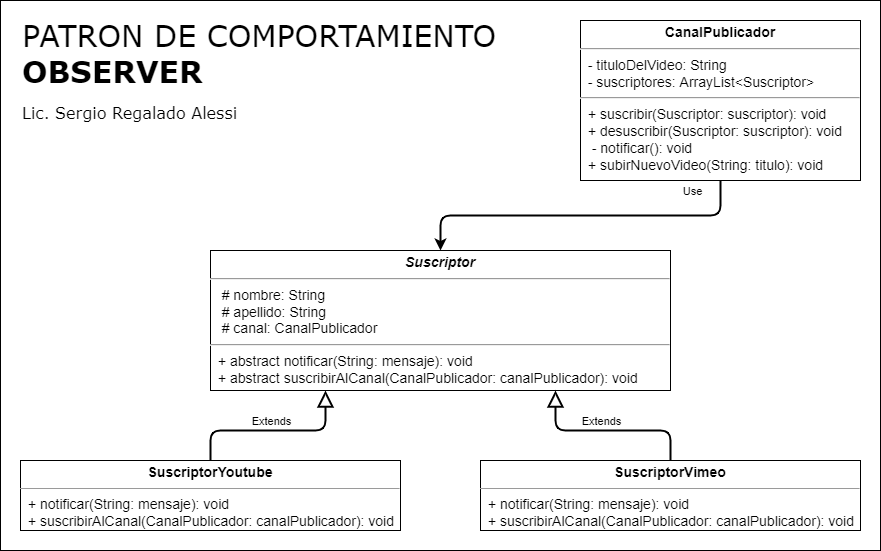
Earlier version of the draw.io export src/clase_25/extra/observer/Diagrama - Observer.png (serinformatico/POO-10-2022). Source tidied: cells renumbered, new cells last; positions are measured from the earlier drawing's top-left corner, leaving out a move shared by most shapes. Its diagram source:
```xml
<mxGraphModel>
  <root>
    <mxCell id="0" />
    <mxCell id="1" parent="0" />
    <mxCell id="2" value="&lt;span style=&quot;font-weight: normal;&quot;&gt;PATRON DE COMPORTAMIENTO&lt;/span&gt;&lt;br&gt;OBSERVER&lt;font style=&quot;font-size: 16px;&quot;&gt;&lt;br&gt;&lt;font style=&quot;font-size: 16px; font-weight: normal;&quot;&gt;Lic. Sergio Regalado Alessi&lt;/font&gt;&lt;/font&gt;" style="rounded=0;whiteSpace=wrap;html=1;align=left;verticalAlign=top;fontSize=30;fontStyle=1;spacingTop=10;spacing=2;spacingLeft=20;fontFamily=Verdana;" parent="1" vertex="1">
      <mxGeometry width="880" height="550" as="geometry" />
    </mxCell>
    <mxCell id="3" value="&lt;p style=&quot;margin: 4px 0px 0px; text-align: center;&quot;&gt;&lt;font style=&quot;&quot;&gt;&lt;span style=&quot;font-size: 14px;&quot;&gt;&lt;b&gt;SuscriptorYoutube&lt;/b&gt;&lt;/span&gt;&lt;br&gt;&lt;/font&gt;&lt;/p&gt;&lt;hr style=&quot;font-size: 14px;&quot; size=&quot;1&quot;&gt;&lt;p style=&quot;margin: 0px 0px 0px 4px; font-size: 14px;&quot;&gt;&lt;/p&gt;&lt;p style=&quot;font-size: 14px; margin: 0px 0px 0px 4px;&quot;&gt;&amp;nbsp;+&amp;nbsp;notificar(String: mensaje): void&lt;br&gt;&lt;/p&gt;&lt;p style=&quot;font-size: 14px; margin: 0px 0px 0px 4px;&quot;&gt;&lt;span style=&quot;background-color: initial;&quot;&gt;&amp;nbsp;+ suscribirAlCanal(CanalPublicador: canalPublicador): void&lt;/span&gt;&lt;/p&gt;&lt;p style=&quot;margin:0px;margin-left:4px;&quot;&gt;&lt;/p&gt;" style="verticalAlign=top;align=left;overflow=fill;fontSize=12;fontFamily=Helvetica;html=1;" parent="1" vertex="1">
      <mxGeometry x="20" y="460" width="380" height="70" as="geometry" />
    </mxCell>
    <mxCell id="4" style="edgeStyle=orthogonalEdgeStyle;rounded=1;jettySize=auto;html=1;fontSize=11;endArrow=block;endFill=0;startSize=6;endSize=12;strokeWidth=2;exitX=0.5;exitY=0;exitDx=0;exitDy=0;entryX=0.25;entryY=1;entryDx=0;entryDy=0;" parent="1" edge="1" source="3" target="6">
      <mxGeometry relative="1" as="geometry" />
    </mxCell>
    <mxCell id="5" value="Extends" style="edgeLabel;html=1;align=center;verticalAlign=middle;fontSize=11;" parent="4" vertex="1">
      <mxGeometry x="-0.6" y="-3" relative="1" as="geometry">
        <mxPoint x="53" y="-13" as="offset" />
      </mxGeometry>
    </mxCell>
    <mxCell id="6" value="&lt;p style=&quot;margin: 4px 0px 0px; text-align: center;&quot;&gt;&lt;b&gt;&lt;i&gt;Suscriptor&lt;/i&gt;&lt;/b&gt;&lt;br&gt;&lt;/p&gt;&lt;hr style=&quot;font-size: 14px;&quot;&gt;&lt;p style=&quot;margin: 0px 0px 0px 4px; font-size: 14px;&quot;&gt;&lt;/p&gt;&amp;nbsp; &amp;nbsp;#&lt;span style=&quot;background-color: initial;&quot;&gt;&amp;nbsp;nombre: String&lt;/span&gt;&lt;br&gt;&amp;nbsp; &amp;nbsp;#&lt;span style=&quot;background-color: initial;&quot;&gt;&amp;nbsp;apellido: String&lt;/span&gt;&lt;br&gt;&amp;nbsp; &amp;nbsp;#&lt;span style=&quot;background-color: initial;&quot;&gt;&amp;nbsp;canal: C&lt;/span&gt;analPublicador&lt;br&gt;&lt;hr style=&quot;font-size: 14px;&quot;&gt;&lt;p style=&quot;margin: 0px 0px 0px 4px; font-size: 14px;&quot;&gt;&amp;nbsp;+ abstract notificar(String: mensaje): void&lt;br&gt;&lt;/p&gt;&lt;p style=&quot;margin: 0px 0px 0px 4px; font-size: 14px;&quot;&gt;&amp;nbsp;+ abstract suscribirAlCanal(CanalPublicador: canalPublicador): void&lt;/p&gt;" style="verticalAlign=top;align=left;overflow=fill;fontSize=14;fontFamily=Helvetica;html=1;" parent="1" vertex="1">
      <mxGeometry x="210" y="250" width="460" height="140" as="geometry" />
    </mxCell>
    <mxCell id="7" style="edgeStyle=orthogonalEdgeStyle;rounded=1;jettySize=auto;html=1;endArrow=classic;endFill=1;startSize=6;endSize=6;strokeWidth=2;exitX=0.5;exitY=1;exitDx=0;exitDy=0;entryX=0.5;entryY=0;entryDx=0;entryDy=0;" parent="1" edge="1" source="9" target="6">
      <mxGeometry relative="1" as="geometry" />
    </mxCell>
    <mxCell id="8" value="Use" style="edgeLabel;html=1;align=center;verticalAlign=middle;" parent="7" vertex="1">
      <mxGeometry x="-0.38" y="-3" relative="1" as="geometry">
        <mxPoint x="44" y="-22" as="offset" />
      </mxGeometry>
    </mxCell>
    <mxCell id="9" value="&lt;p style=&quot;margin: 4px 0px 0px; text-align: center;&quot;&gt;&lt;b&gt;CanalPublicador&lt;/b&gt;&lt;br&gt;&lt;/p&gt;&lt;hr style=&quot;font-size: 14px;&quot;&gt;&lt;p style=&quot;margin: 0px 0px 0px 4px; font-size: 14px;&quot;&gt;&lt;/p&gt;&lt;span style=&quot;background-color: initial;&quot;&gt;&amp;nbsp; - tituloDelVideo:&amp;nbsp;&lt;/span&gt;String&lt;br&gt;&lt;span style=&quot;background-color: initial;&quot;&gt;&amp;nbsp; - suscriptores:&amp;nbsp;&lt;/span&gt;ArrayList&amp;lt;Suscriptor&amp;gt;&lt;br&gt;&lt;hr style=&quot;font-size: 14px;&quot;&gt;&lt;p style=&quot;margin: 0px 0px 0px 4px;&quot;&gt;&amp;nbsp;+ suscribir(Suscriptor: suscriptor): void&lt;br&gt;&lt;/p&gt;&lt;p style=&quot;margin: 0px 0px 0px 4px;&quot;&gt;&amp;nbsp;+ desuscribir(Suscriptor: suscriptor): void&lt;br&gt;&lt;/p&gt;&lt;p style=&quot;margin: 0px 0px 0px 4px;&quot;&gt;&amp;nbsp; - notificar(): void&lt;br&gt;&lt;/p&gt;&lt;p style=&quot;margin: 0px 0px 0px 4px;&quot;&gt;&lt;span style=&quot;background-color: initial;&quot;&gt;&amp;nbsp;+ subirNuevoVideo(String: titulo): void&lt;/span&gt;&lt;/p&gt;&lt;div&gt;&lt;br&gt;&lt;/div&gt;" style="verticalAlign=top;align=left;overflow=fill;fontSize=14;fontFamily=Helvetica;html=1;" parent="1" vertex="1">
      <mxGeometry x="580" y="20" width="280" height="160" as="geometry" />
    </mxCell>
    <mxCell id="10" style="edgeStyle=orthogonalEdgeStyle;rounded=1;jettySize=auto;html=1;entryX=0.75;entryY=1;entryDx=0;entryDy=0;endArrow=block;endFill=0;startSize=6;endSize=12;strokeWidth=2;exitX=0.5;exitY=0;exitDx=0;exitDy=0;" parent="1" edge="1" source="12" target="6">
      <mxGeometry relative="1" as="geometry" />
    </mxCell>
    <mxCell id="11" value="Extends" style="edgeLabel;html=1;align=center;verticalAlign=middle;" parent="10" vertex="1">
      <mxGeometry x="0.42" y="-3" relative="1" as="geometry">
        <mxPoint x="32" y="-7" as="offset" />
      </mxGeometry>
    </mxCell>
    <mxCell id="12" value="&lt;p style=&quot;margin: 4px 0px 0px; text-align: center;&quot;&gt;&lt;font style=&quot;&quot;&gt;&lt;span style=&quot;font-size: 14px;&quot;&gt;&lt;b&gt;SuscriptorVimeo&lt;/b&gt;&lt;/span&gt;&lt;br&gt;&lt;/font&gt;&lt;/p&gt;&lt;hr style=&quot;font-size: 14px;&quot; size=&quot;1&quot;&gt;&lt;p style=&quot;margin: 0px 0px 0px 4px; font-size: 14px;&quot;&gt;&lt;/p&gt;&lt;p style=&quot;font-size: 14px; margin: 0px 0px 0px 4px;&quot;&gt;&amp;nbsp;+ notificar(String: mensaje): void&lt;br&gt;&lt;/p&gt;&lt;p style=&quot;font-size: 14px; margin: 0px 0px 0px 4px;&quot;&gt;&lt;span style=&quot;background-color: initial;&quot;&gt;&amp;nbsp;+ suscribirAlCanal(CanalPublicador: canalPublicador): void&lt;/span&gt;&lt;/p&gt;&lt;p style=&quot;margin:0px;margin-left:4px;&quot;&gt;&lt;/p&gt;" style="verticalAlign=top;align=left;overflow=fill;fontSize=12;fontFamily=Helvetica;html=1;" parent="1" vertex="1">
      <mxGeometry x="480" y="460" width="380" height="70" as="geometry" />
    </mxCell>
  </root>
</mxGraphModel>
```
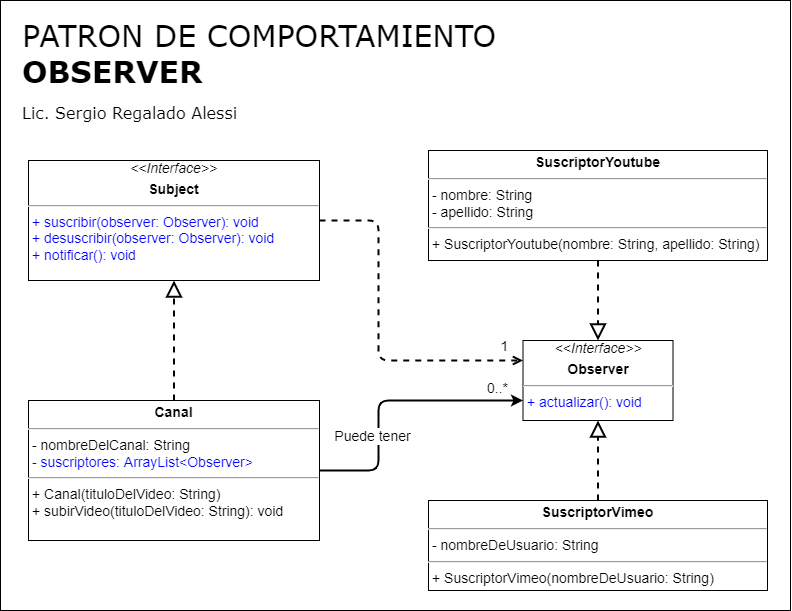
After the change.

Diff of the diagram source:
```diff
@@ -3,43 +3,62 @@
     <mxCell id="0" />
     <mxCell id="1" parent="0" />
     <mxCell id="2" value="&lt;span style=&quot;font-weight: normal;&quot;&gt;PATRON DE COMPORTAMIENTO&lt;/span&gt;&lt;br&gt;OBSERVER&lt;font style=&quot;font-size: 16px;&quot;&gt;&lt;br&gt;&lt;font style=&quot;font-size: 16px; font-weight: normal;&quot;&gt;Lic. Sergio Regalado Alessi&lt;/font&gt;&lt;/font&gt;" style="rounded=0;whiteSpace=wrap;html=1;align=left;verticalAlign=top;fontSize=30;fontStyle=1;spacingTop=10;spacing=2;spacingLeft=20;fontFamily=Verdana;" parent="1" vertex="1">
-      <mxGeometry width="880" height="550" as="geometry" />
+      <mxGeometry width="790" height="610" as="geometry" />
     </mxCell>
-    <mxCell id="3" value="&lt;p style=&quot;margin: 4px 0px 0px; text-align: center;&quot;&gt;&lt;font style=&quot;&quot;&gt;&lt;span style=&quot;font-size: 14px;&quot;&gt;&lt;b&gt;SuscriptorYoutube&lt;/b&gt;&lt;/span&gt;&lt;br&gt;&lt;/font&gt;&lt;/p&gt;&lt;hr style=&quot;font-size: 14px;&quot; size=&quot;1&quot;&gt;&lt;p style=&quot;margin: 0px 0px 0px 4px; font-size: 14px;&quot;&gt;&lt;/p&gt;&lt;p style=&quot;font-size: 14px; margin: 0px 0px 0px 4px;&quot;&gt;&amp;nbsp;+&amp;nbsp;notificar(String: mensaje): void&lt;br&gt;&lt;/p&gt;&lt;p style=&quot;font-size: 14px; margin: 0px 0px 0px 4px;&quot;&gt;&lt;span style=&quot;background-color: initial;&quot;&gt;&amp;nbsp;+ suscribirAlCanal(CanalPublicador: canalPublicador): void&lt;/span&gt;&lt;/p&gt;&lt;p style=&quot;margin:0px;margin-left:4px;&quot;&gt;&lt;/p&gt;" style="verticalAlign=top;align=left;overflow=fill;fontSize=12;fontFamily=Helvetica;html=1;" parent="1" vertex="1">
-      <mxGeometry x="20" y="460" width="380" height="70" as="geometry" />
-    </mxCell>
-    <mxCell id="4" style="edgeStyle=orthogonalEdgeStyle;rounded=1;jettySize=auto;html=1;fontSize=11;endArrow=block;endFill=0;startSize=6;endSize=12;strokeWidth=2;exitX=0.5;exitY=0;exitDx=0;exitDy=0;entryX=0.25;entryY=1;entryDx=0;entryDy=0;" parent="1" edge="1" source="3" target="6">
-      <mxGeometry relative="1" as="geometry" />
-    </mxCell>
-    <mxCell id="5" value="Extends" style="edgeLabel;html=1;align=center;verticalAlign=middle;fontSize=11;" parent="4" vertex="1">
-      <mxGeometry x="-0.6" y="-3" relative="1" as="geometry">
-        <mxPoint x="53" y="-13" as="offset" />
-      </mxGeometry>
-    </mxCell>
-    <mxCell id="6" value="&lt;p style=&quot;margin: 4px 0px 0px; text-align: center;&quot;&gt;&lt;b&gt;&lt;i&gt;Suscriptor&lt;/i&gt;&lt;/b&gt;&lt;br&gt;&lt;/p&gt;&lt;hr style=&quot;font-size: 14px;&quot;&gt;&lt;p style=&quot;margin: 0px 0px 0px 4px; font-size: 14px;&quot;&gt;&lt;/p&gt;&amp;nbsp; &amp;nbsp;#&lt;span style=&quot;background-color: initial;&quot;&gt;&amp;nbsp;nombre: String&lt;/span&gt;&lt;br&gt;&amp;nbsp; &amp;nbsp;#&lt;span style=&quot;background-color: initial;&quot;&gt;&amp;nbsp;apellido: String&lt;/span&gt;&lt;br&gt;&amp;nbsp; &amp;nbsp;#&lt;span style=&quot;background-color: initial;&quot;&gt;&amp;nbsp;canal: C&lt;/span&gt;analPublicador&lt;br&gt;&lt;hr style=&quot;font-size: 14px;&quot;&gt;&lt;p style=&quot;margin: 0px 0px 0px 4px; font-size: 14px;&quot;&gt;&amp;nbsp;+ abstract notificar(String: mensaje): void&lt;br&gt;&lt;/p&gt;&lt;p style=&quot;margin: 0px 0px 0px 4px; font-size: 14px;&quot;&gt;&amp;nbsp;+ abstract suscribirAlCanal(CanalPublicador: canalPublicador): void&lt;/p&gt;" style="verticalAlign=top;align=left;overflow=fill;fontSize=14;fontFamily=Helvetica;html=1;" parent="1" vertex="1">
-      <mxGeometry x="210" y="250" width="460" height="140" as="geometry" />
-    </mxCell>
-    <mxCell id="7" style="edgeStyle=orthogonalEdgeStyle;rounded=1;jettySize=auto;html=1;endArrow=classic;endFill=1;startSize=6;endSize=6;strokeWidth=2;exitX=0.5;exitY=1;exitDx=0;exitDy=0;entryX=0.5;entryY=0;entryDx=0;entryDy=0;" parent="1" edge="1" source="9" target="6">
-      <mxGeometry relative="1" as="geometry" />
-    </mxCell>
-    <mxCell id="8" value="Use" style="edgeLabel;html=1;align=center;verticalAlign=middle;" parent="7" vertex="1">
-      <mxGeometry x="-0.38" y="-3" relative="1" as="geometry">
-        <mxPoint x="44" y="-22" as="offset" />
-      </mxGeometry>
-    </mxCell>
-    <mxCell id="9" value="&lt;p style=&quot;margin: 4px 0px 0px; text-align: center;&quot;&gt;&lt;b&gt;CanalPublicador&lt;/b&gt;&lt;br&gt;&lt;/p&gt;&lt;hr style=&quot;font-size: 14px;&quot;&gt;&lt;p style=&quot;margin: 0px 0px 0px 4px; font-size: 14px;&quot;&gt;&lt;/p&gt;&lt;span style=&quot;background-color: initial;&quot;&gt;&amp;nbsp; - tituloDelVideo:&amp;nbsp;&lt;/span&gt;String&lt;br&gt;&lt;span style=&quot;background-color: initial;&quot;&gt;&amp;nbsp; - suscriptores:&amp;nbsp;&lt;/span&gt;ArrayList&amp;lt;Suscriptor&amp;gt;&lt;br&gt;&lt;hr style=&quot;font-size: 14px;&quot;&gt;&lt;p style=&quot;margin: 0px 0px 0px 4px;&quot;&gt;&amp;nbsp;+ suscribir(Suscriptor: suscriptor): void&lt;br&gt;&lt;/p&gt;&lt;p style=&quot;margin: 0px 0px 0px 4px;&quot;&gt;&amp;nbsp;+ desuscribir(Suscriptor: suscriptor): void&lt;br&gt;&lt;/p&gt;&lt;p style=&quot;margin: 0px 0px 0px 4px;&quot;&gt;&amp;nbsp; - notificar(): void&lt;br&gt;&lt;/p&gt;&lt;p style=&quot;margin: 0px 0px 0px 4px;&quot;&gt;&lt;span style=&quot;background-color: initial;&quot;&gt;&amp;nbsp;+ subirNuevoVideo(String: titulo): void&lt;/span&gt;&lt;/p&gt;&lt;div&gt;&lt;br&gt;&lt;/div&gt;" style="verticalAlign=top;align=left;overflow=fill;fontSize=14;fontFamily=Helvetica;html=1;" parent="1" vertex="1">
-      <mxGeometry x="580" y="20" width="280" height="160" as="geometry" />
-    </mxCell>
-    <mxCell id="10" style="edgeStyle=orthogonalEdgeStyle;rounded=1;jettySize=auto;html=1;entryX=0.75;entryY=1;entryDx=0;entryDy=0;endArrow=block;endFill=0;startSize=6;endSize=12;strokeWidth=2;exitX=0.5;exitY=0;exitDx=0;exitDy=0;" parent="1" edge="1" source="12" target="6">
-      <mxGeometry relative="1" as="geometry" />
-    </mxCell>
-    <mxCell id="11" value="Extends" style="edgeLabel;html=1;align=center;verticalAlign=middle;" parent="10" vertex="1">
-      <mxGeometry x="0.42" y="-3" relative="1" as="geometry">
-        <mxPoint x="32" y="-7" as="offset" />
-      </mxGeometry>
-    </mxCell>
-    <mxCell id="12" value="&lt;p style=&quot;margin: 4px 0px 0px; text-align: center;&quot;&gt;&lt;font style=&quot;&quot;&gt;&lt;span style=&quot;font-size: 14px;&quot;&gt;&lt;b&gt;SuscriptorVimeo&lt;/b&gt;&lt;/span&gt;&lt;br&gt;&lt;/font&gt;&lt;/p&gt;&lt;hr style=&quot;font-size: 14px;&quot; size=&quot;1&quot;&gt;&lt;p style=&quot;margin: 0px 0px 0px 4px; font-size: 14px;&quot;&gt;&lt;/p&gt;&lt;p style=&quot;font-size: 14px; margin: 0px 0px 0px 4px;&quot;&gt;&amp;nbsp;+ notificar(String: mensaje): void&lt;br&gt;&lt;/p&gt;&lt;p style=&quot;font-size: 14px; margin: 0px 0px 0px 4px;&quot;&gt;&lt;span style=&quot;background-color: initial;&quot;&gt;&amp;nbsp;+ suscribirAlCanal(CanalPublicador: canalPublicador): void&lt;/span&gt;&lt;/p&gt;&lt;p style=&quot;margin:0px;margin-left:4px;&quot;&gt;&lt;/p&gt;" style="verticalAlign=top;align=left;overflow=fill;fontSize=12;fontFamily=Helvetica;html=1;" parent="1" vertex="1">
-      <mxGeometry x="480" y="460" width="380" height="70" as="geometry" />
-    </mxCell>
+    <mxCell id="13" value="&lt;p style=&quot;margin: 4px 0px 0px; text-align: center; font-size: 14px;&quot;&gt;&lt;b&gt;SuscriptorVimeo&lt;/b&gt;&lt;br style=&quot;font-size: 14px;&quot;&gt;&lt;/p&gt;&lt;hr style=&quot;font-size: 14px;&quot;&gt;&lt;p style=&quot;margin: 0px 0px 0px 4px;&quot;&gt;- nombreDeUsuario: String&lt;/p&gt;&lt;div&gt;&lt;hr&gt;&lt;p style=&quot;margin: 0px 0px 0px 4px;&quot;&gt;+ SuscriptorVimeo(nombreDeUsuario&lt;span style=&quot;background-color: initial;&quot;&gt;: String&lt;/span&gt;&lt;span style=&quot;background-color: initial;&quot;&gt;)&lt;/span&gt;&lt;/p&gt;&lt;/div&gt;" style="verticalAlign=top;align=left;overflow=fill;fontSize=14;fontFamily=Helvetica;html=1;" parent="1" vertex="1">
+      <mxGeometry x="428" y="500" width="339" height="90" as="geometry" />
+    </mxCell>
+    <mxCell id="14" value="&lt;p style=&quot;margin: 4px 0px 0px; text-align: center; font-size: 14px;&quot;&gt;&lt;b&gt;Canal&lt;/b&gt;&lt;br style=&quot;font-size: 14px;&quot;&gt;&lt;/p&gt;&lt;hr style=&quot;font-size: 14px;&quot;&gt;&lt;p style=&quot;margin: 0px 0px 0px 4px; font-size: 14px;&quot;&gt;- nombreDelCanal: String&lt;/p&gt;&lt;p style=&quot;margin: 0px 0px 0px 4px; font-size: 14px;&quot;&gt;&lt;font color=&quot;#0000ff&quot;&gt;&lt;span style=&quot;background-color: initial;&quot;&gt;- suscriptores&lt;/span&gt;&lt;span style=&quot;background-color: initial;&quot;&gt;: ArrayList&amp;lt;Observer&amp;gt;&lt;/span&gt;&lt;br&gt;&lt;/font&gt;&lt;/p&gt;&lt;div style=&quot;font-size: 14px;&quot;&gt;&lt;hr style=&quot;font-size: 14px;&quot;&gt;&lt;p style=&quot;font-size: 14px; margin: 0px 0px 0px 4px;&quot;&gt;+ Canal(tituloDelVideo&lt;span style=&quot;background-color: initial;&quot;&gt;: String&lt;/span&gt;&lt;span style=&quot;background-color: initial;&quot;&gt;)&lt;/span&gt;&lt;/p&gt;&lt;p style=&quot;font-size: 14px; margin: 0px 0px 0px 4px;&quot;&gt;+ subirVideo(tituloDelVideo: String): void&lt;/p&gt;&lt;/div&gt;" style="verticalAlign=top;align=left;overflow=fill;fontSize=14;fontFamily=Helvetica;html=1;" parent="1" vertex="1">
+      <mxGeometry x="28" y="400" width="291" height="140" as="geometry" />
+    </mxCell>
+    <mxCell id="15" style="edgeStyle=orthogonalEdgeStyle;rounded=1;jettySize=auto;html=1;fontSize=14;fontColor=#0000FF;strokeWidth=2;entryX=0;entryY=0.75;entryDx=0;entryDy=0;exitX=1;exitY=0.5;exitDx=0;exitDy=0;" parent="1" edge="1" source="14" target="20">
+      <mxGeometry relative="1" as="geometry">
+        <Array as="points">
+          <mxPoint x="378" y="470" />
+          <mxPoint x="378" y="400" />
+        </Array>
+      </mxGeometry>
+    </mxCell>
+    <mxCell id="16" value="&lt;font color=&quot;#000000&quot;&gt;Puede tener&lt;/font&gt;" style="edgeLabel;html=1;align=center;verticalAlign=middle;fontSize=14;fontColor=#0000FF;" parent="15" vertex="1">
+      <mxGeometry x="-0.09" y="1" relative="1" as="geometry">
+        <mxPoint x="-6" y="31" as="offset" />
+      </mxGeometry>
+    </mxCell>
+    <mxCell id="17" value="0..*" style="edgeLabel;html=1;align=center;verticalAlign=middle;fontSize=14;fontColor=#000000;" parent="15" vertex="1">
+      <mxGeometry x="0.79" relative="1" as="geometry">
+        <mxPoint x="1" y="-13" as="offset" />
+      </mxGeometry>
+    </mxCell>
+    <mxCell id="18" style="endArrow=block;dashed=1;endFill=0;endSize=12;html=1;rounded=1;fontSize=14;fontColor=#0000FF;strokeWidth=2;exitX=0.5;exitY=0;exitDx=0;exitDy=0;edgeStyle=orthogonalEdgeStyle;entryX=0.5;entryY=1;entryDx=0;entryDy=0;" parent="1" edge="1" source="13" target="20">
+      <mxGeometry relative="1" as="geometry" />
+    </mxCell>
+    <mxCell id="19" style="endArrow=block;dashed=1;endFill=0;endSize=12;html=1;rounded=1;fontSize=14;fontColor=#0000FF;strokeWidth=2;exitX=0.5;exitY=0;exitDx=0;exitDy=0;entryX=0.5;entryY=1;entryDx=0;entryDy=0;edgeStyle=orthogonalEdgeStyle;" parent="1" edge="1" source="14" target="21">
+      <mxGeometry relative="1" as="geometry" />
+    </mxCell>
+    <mxCell id="20" value="&lt;div style=&quot;text-align: center; font-size: 14px;&quot;&gt;&lt;i style=&quot;background-color: initial; font-size: 14px;&quot;&gt;&amp;lt;&amp;lt;&lt;/i&gt;&lt;i style=&quot;background-color: initial;&quot;&gt;Interface&lt;/i&gt;&lt;i style=&quot;background-color: initial; font-size: 14px;&quot;&gt;&amp;gt;&amp;gt;&lt;/i&gt;&lt;/div&gt;&lt;p style=&quot;margin: 4px 0px 0px; text-align: center; font-size: 14px;&quot;&gt;&lt;b style=&quot;font-size: 14px;&quot;&gt;&lt;span style=&quot;font-size: 14px;&quot;&gt;Observer&lt;/span&gt;&lt;/b&gt;&lt;br style=&quot;font-size: 14px;&quot;&gt;&lt;/p&gt;&lt;hr style=&quot;font-size: 14px;&quot;&gt;&lt;p style=&quot;font-size: 14px; margin: 0px 0px 0px 4px;&quot;&gt;&lt;font color=&quot;#0000ff&quot;&gt;+ actualizar(): void&lt;/font&gt;&lt;/p&gt;&lt;p style=&quot;font-size: 14px; margin: 0px 0px 0px 4px;&quot;&gt;&lt;font color=&quot;#0000ff&quot;&gt;&lt;br&gt;&lt;/font&gt;&lt;/p&gt;&lt;p style=&quot;margin: 0px 0px 0px 4px; font-size: 14px;&quot;&gt;&lt;/p&gt;" style="verticalAlign=top;align=left;overflow=fill;fontSize=14;fontFamily=Helvetica;html=1;" parent="1" vertex="1">
+      <mxGeometry x="522.5" y="340" width="150" height="80" as="geometry" />
+    </mxCell>
+    <mxCell id="21" value="&lt;div style=&quot;text-align: center; font-size: 14px;&quot;&gt;&lt;i style=&quot;background-color: initial; font-size: 14px;&quot;&gt;&amp;lt;&amp;lt;Interface&amp;gt;&amp;gt;&lt;/i&gt;&lt;/div&gt;&lt;p style=&quot;margin: 4px 0px 0px; text-align: center; font-size: 14px;&quot;&gt;&lt;b style=&quot;font-size: 14px;&quot;&gt;&lt;span style=&quot;font-size: 14px;&quot;&gt;Subject&lt;/span&gt;&lt;/b&gt;&lt;br style=&quot;font-size: 14px;&quot;&gt;&lt;/p&gt;&lt;hr style=&quot;font-size: 14px;&quot;&gt;&lt;p style=&quot;font-size: 14px; margin: 0px 0px 0px 4px;&quot;&gt;&lt;font color=&quot;#0000ff&quot;&gt;+ suscribir(observer: Observer): void&lt;/font&gt;&lt;/p&gt;&lt;p style=&quot;font-size: 14px; margin: 0px 0px 0px 4px;&quot;&gt;&lt;/p&gt;&lt;span style=&quot;color: rgb(0, 0, 255);&quot;&gt;&amp;nbsp;+ desuscribir(&lt;/span&gt;&lt;span style=&quot;color: rgb(0, 0, 255);&quot;&gt;observer: Observer&lt;/span&gt;&lt;span style=&quot;color: rgb(0, 0, 255); background-color: initial;&quot;&gt;): void&lt;/span&gt;&lt;span style=&quot;color: rgb(0, 0, 255);&quot;&gt;&lt;br&gt;&lt;/span&gt;&lt;p style=&quot;font-size: 14px; margin: 0px 0px 0px 4px;&quot;&gt;&lt;font color=&quot;#0000ff&quot;&gt;+ notificar(): void&lt;/font&gt;&lt;/p&gt;&lt;p style=&quot;font-size: 14px; margin: 0px 0px 0px 4px;&quot;&gt;&lt;font color=&quot;#0000ff&quot;&gt;&lt;br&gt;&lt;/font&gt;&lt;/p&gt;&lt;p style=&quot;margin: 0px 0px 0px 4px; font-size: 14px;&quot;&gt;&lt;/p&gt;" style="verticalAlign=top;align=left;overflow=fill;fontSize=14;fontFamily=Helvetica;html=1;" parent="1" vertex="1">
+      <mxGeometry x="28" y="160" width="291" height="120" as="geometry" />
+    </mxCell>
+    <mxCell id="22" style="edgeStyle=orthogonalEdgeStyle;rounded=1;jettySize=auto;html=1;fontSize=14;fontColor=#0000FF;strokeWidth=2;exitX=1;exitY=0.5;exitDx=0;exitDy=0;dashed=1;endArrow=open;endFill=0;entryX=0;entryY=0.25;entryDx=0;entryDy=0;" parent="1" edge="1" source="21" target="20">
+      <mxGeometry relative="1" as="geometry">
+        <Array as="points">
+          <mxPoint x="378" y="220" />
+          <mxPoint x="378" y="360" />
+        </Array>
+      </mxGeometry>
+    </mxCell>
+    <mxCell id="23" value="1" style="edgeLabel;html=1;align=center;verticalAlign=middle;fontSize=14;fontColor=#000000;" parent="22" vertex="1">
+      <mxGeometry x="0.79" relative="1" as="geometry">
+        <mxPoint x="16" y="-15" as="offset" />
+      </mxGeometry>
+    </mxCell>
+    <mxCell id="24" value="&lt;p style=&quot;margin: 4px 0px 0px; text-align: center; font-size: 14px;&quot;&gt;&lt;b&gt;SuscriptorYoutube&lt;/b&gt;&lt;br style=&quot;font-size: 14px;&quot;&gt;&lt;/p&gt;&lt;hr style=&quot;font-size: 14px;&quot;&gt;&lt;p style=&quot;margin: 0px 0px 0px 4px;&quot;&gt;- nombre: String&lt;/p&gt;&lt;p style=&quot;margin: 0px 0px 0px 4px;&quot;&gt;- apellido: String&lt;/p&gt;&lt;div&gt;&lt;hr&gt;&lt;p style=&quot;margin: 0px 0px 0px 4px;&quot;&gt;+ SuscriptorYoutube(&lt;span style=&quot;background-color: initial;&quot;&gt;nombre: String,&amp;nbsp;&lt;/span&gt;&lt;span style=&quot;background-color: initial;&quot;&gt;apellido: String&lt;/span&gt;&lt;span style=&quot;background-color: initial;&quot;&gt;)&lt;/span&gt;&lt;/p&gt;&lt;/div&gt;" style="verticalAlign=top;align=left;overflow=fill;fontSize=14;fontFamily=Helvetica;html=1;" parent="1" vertex="1">
+      <mxGeometry x="428" y="150" width="339" height="110" as="geometry" />
+    </mxCell>
+    <mxCell id="25" style="endArrow=block;dashed=1;endFill=0;endSize=12;html=1;rounded=1;fontSize=14;fontColor=#0000FF;strokeWidth=2;exitX=0.5;exitY=1;exitDx=0;exitDy=0;edgeStyle=orthogonalEdgeStyle;entryX=0.5;entryY=0;entryDx=0;entryDy=0;" parent="1" edge="1" source="24" target="20">
+      <mxGeometry relative="1" as="geometry" />
+    </mxCell>
   </root>
 </mxGraphModel>
```
